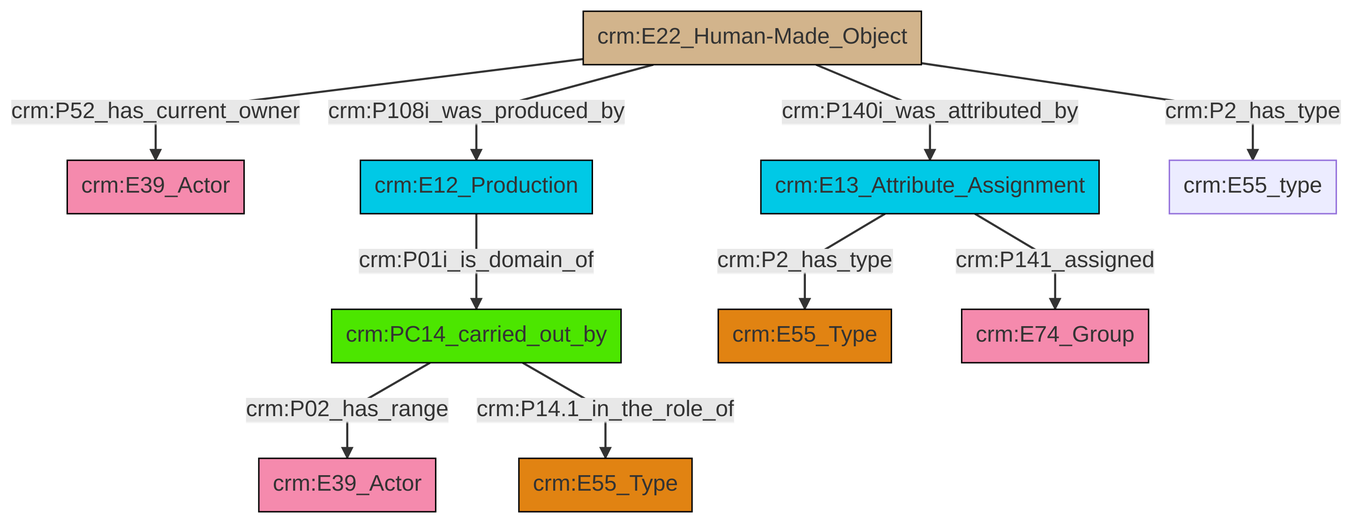
Above: et/builtWorkCSV/ttl/mmd/png/Built_Work_actor_relations.png in swiss-art-research-net/reference-data-models (Mermaid), before the change. Its source is kept beside it as et/builtWorkCSV/ttl/mmd/Built_Work_actor_relations.ttl.mmd.
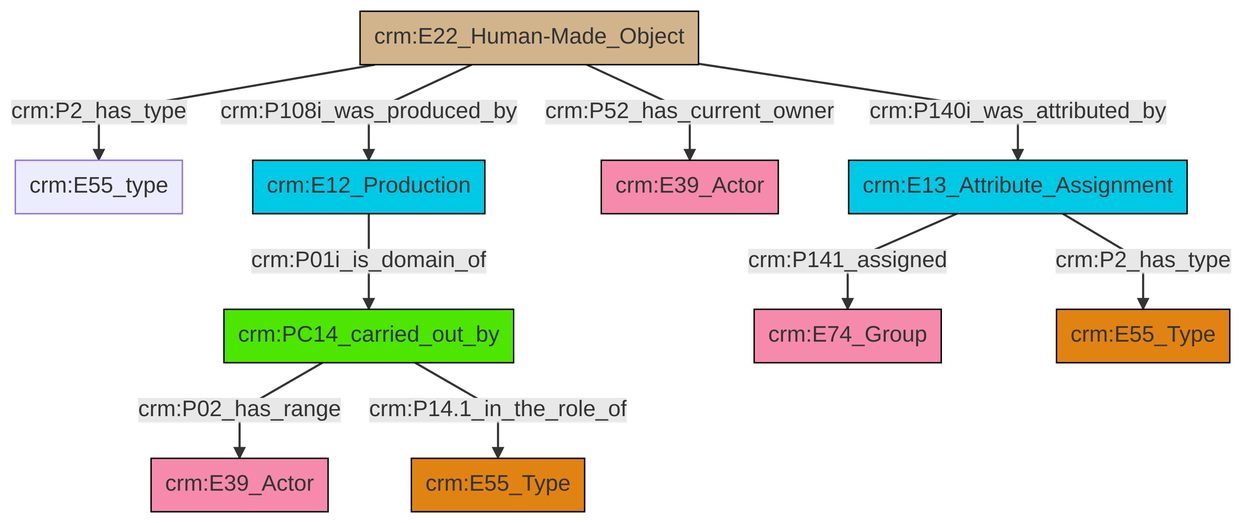
Above is the later version.

The edit, as a diff of the source:
```diff
@@ -13,12 +13,12 @@
 classDef PC_Classes fill:#4ce600, stroke:#000000;
 classDef Multi fill:#cccccc,stroke:#000000;
 
-0["crm:PC14_carried_out_by"]:::PC_Classes -->|crm:P02_has_range| 1["crm:E39_Actor"]:::Actor
-4["crm:E13_Attribute_Assignment"]:::Temporal_Entity -->|crm:P2_has_type| 5["crm:E55_Type"]:::Type
-8["crm:E22_Human-Made_Object"]:::Physical_Thing -->|crm:P140i_was_attributed_by| 4["crm:E13_Attribute_Assignment"]:::Temporal_Entity
-8["crm:E22_Human-Made_Object"]:::Physical_Thing -->|crm:P108i_was_produced_by| 9["crm:E12_Production"]:::Temporal_Entity
-9["crm:E12_Production"]:::Temporal_Entity -->|crm:P01i_is_domain_of| 0["crm:PC14_carried_out_by"]:::PC_Classes
-8["crm:E22_Human-Made_Object"]:::Physical_Thing -->|crm:P52_has_current_owner| 2["crm:E39_Actor"]:::Actor
-8["crm:E22_Human-Made_Object"]:::Physical_Thing -->|crm:P2_has_type| 11["crm:E55_type"]:::Default
-4["crm:E13_Attribute_Assignment"]:::Temporal_Entity -->|crm:P141_assigned| 6["crm:E74_Group"]:::Actor
-0["crm:PC14_carried_out_by"]:::PC_Classes -->|crm:P14.1_in_the_role_of| 14["crm:E55_Type"]:::Type
+2["crm:E13_Attribute_Assignment"]:::Temporal_Entity -->|crm:P141_assigned| 3["crm:E74_Group"]:::Actor
+4["crm:PC14_carried_out_by"]:::PC_Classes -->|crm:P02_has_range| 5["crm:E39_Actor"]:::Actor
+4["crm:PC14_carried_out_by"]:::PC_Classes -->|crm:P14.1_in_the_role_of| 6["crm:E55_Type"]:::Type
+0["crm:E12_Production"]:::Temporal_Entity -->|crm:P01i_is_domain_of| 4["crm:PC14_carried_out_by"]:::PC_Classes
+2["crm:E13_Attribute_Assignment"]:::Temporal_Entity -->|crm:P2_has_type| 10["crm:E55_Type"]:::Type
+11["crm:E22_Human-Made_Object"]:::Physical_Thing -->|crm:P2_has_type| 12["crm:E55_type"]:::Default
+11["crm:E22_Human-Made_Object"]:::Physical_Thing -->|crm:P108i_was_produced_by| 0["crm:E12_Production"]:::Temporal_Entity
+11["crm:E22_Human-Made_Object"]:::Physical_Thing -->|crm:P52_has_current_owner| 15["crm:E39_Actor"]:::Actor
+11["crm:E22_Human-Made_Object"]:::Physical_Thing -->|crm:P140i_was_attributed_by| 2["crm:E13_Attribute_Assignment"]:::Temporal_Entity
```
